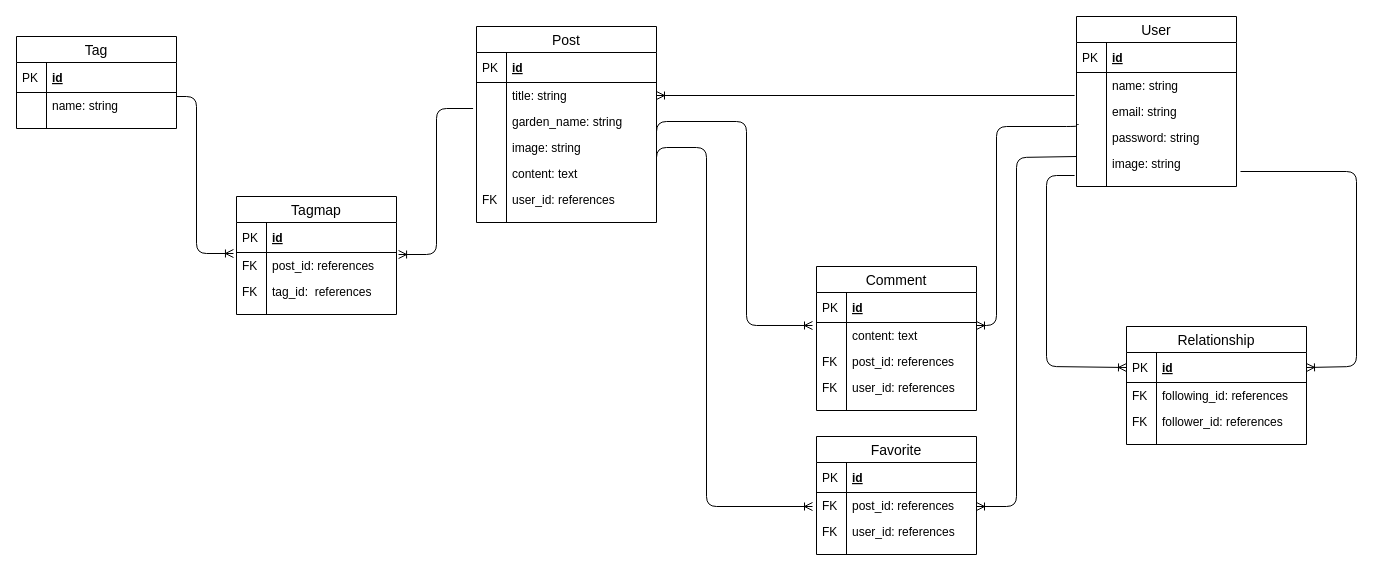
Earlier version of the draw.io diagram niwaai.drawio (TakashiAoki5816/niwaai). Source tidied: cells renumbered, new cells numbered last; positions are measured from the earlier drawing's top-left corner, leaving out a move shared by most shapes. Both pictures are drawn from the tidied source at 100%, with x=0, y=0 at pixel (16, 16).
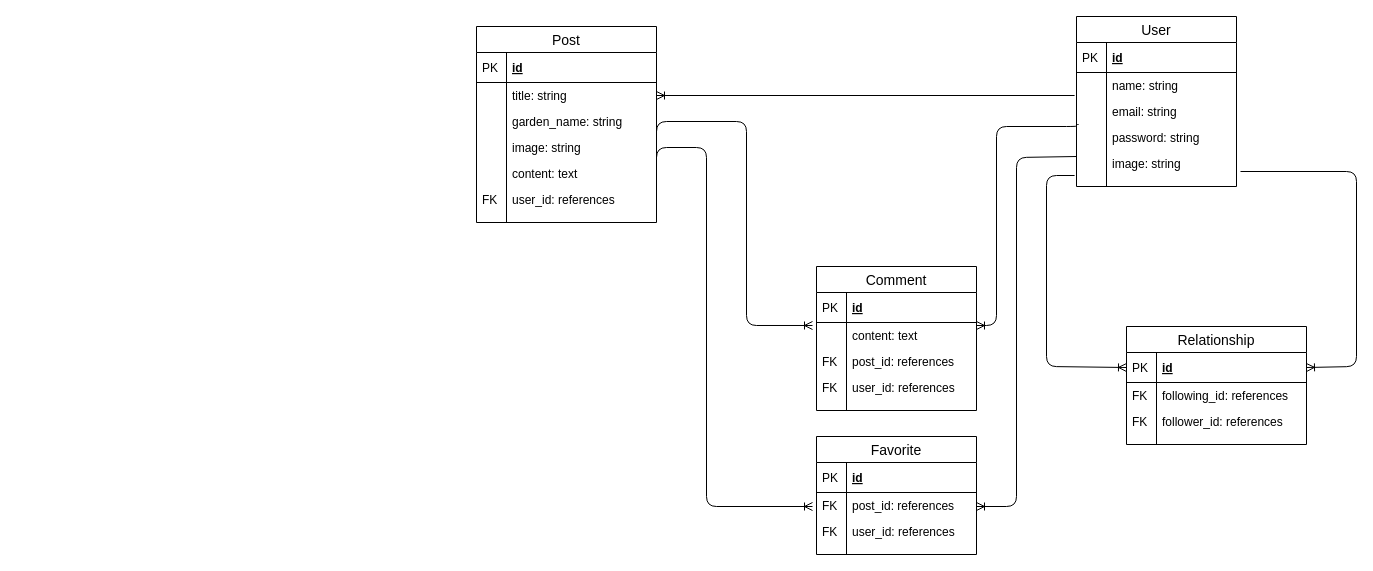
The same page after the edit.

Unchanged cells that the change refers to:
```xml
<mxCell id="56" value="title: string" style="shape=partialRectangle;top=0;left=0;right=0;bottom=0;align=left;verticalAlign=top;fillColor=none;spacingLeft=34;spacingRight=4;overflow=hidden;points=[[0,0.5],[1,0.5]];portConstraint=eastwest;fontSize=12;" parent="53" vertex="1">
  <mxGeometry y="56" width="180" height="26" as="geometry" />
</mxCell>
```

What changed in the source:
```diff
@@
-    <mxCell id="9" style="fontSize=12;html=1;endArrow=ERoneToMany;entryX=-0.019;entryY=0.038;entryDx=0;entryDy=0;entryPerimeter=0;edgeStyle=orthogonalEdgeStyle;" parent="1" edge="1" target="78">
-      <mxGeometry relative="1" as="geometry">
-        <mxPoint x="160" y="80" as="sourcePoint" />
-        <Array as="points">
-          <mxPoint x="180" y="80" />
-          <mxPoint x="180" y="237" />
-        </Array>
-      </mxGeometry>
-    </mxCell>
-    <mxCell id="10" style="fontSize=12;html=1;endArrow=ERoneToMany;edgeStyle=orthogonalEdgeStyle;exitX=-0.019;exitY=1;exitDx=0;exitDy=0;exitPerimeter=0;entryX=1.013;entryY=0.077;entryDx=0;entryDy=0;entryPerimeter=0;" parent="1" edge="1" source="56" target="78">
-      <mxGeometry relative="1" as="geometry">
-        <Array as="points">
-          <mxPoint x="420" y="92" />
-          <mxPoint x="420" y="238" />
-        </Array>
-      </mxGeometry>
-    </mxCell>
@@
-    <mxCell id="68" value="Tag" style="swimlane;fontStyle=0;horizontal=1;startSize=26;align=center;fontSize=14;" parent="1" vertex="1">
-      <mxGeometry y="20" width="160" height="92" as="geometry" />
-    </mxCell>
-    <mxCell id="69" value="id" style="shape=partialRectangle;top=0;left=0;right=0;bottom=1;align=left;verticalAlign=middle;fillColor=none;spacingLeft=34;spacingRight=4;overflow=hidden;fontStyle=5;fontSize=12;" parent="68" vertex="1">
-      <mxGeometry y="26" width="160" height="30" as="geometry" />
-    </mxCell>
-    <mxCell id="70" value="PK" style="shape=partialRectangle;top=0;left=0;bottom=0;fillColor=none;align=left;verticalAlign=middle;spacingLeft=4;spacingRight=4;overflow=hidden;fontSize=12;" parent="69" vertex="1">
-      <mxGeometry width="30" height="30" as="geometry" />
-    </mxCell>
-    <mxCell id="71" value="name: string" style="shape=partialRectangle;top=0;left=0;right=0;bottom=0;align=left;verticalAlign=top;fillColor=none;spacingLeft=34;spacingRight=4;overflow=hidden;fontSize=12;" parent="68" vertex="1">
-      <mxGeometry y="56" width="160" height="26" as="geometry" />
-    </mxCell>
-    <mxCell id="72" style="shape=partialRectangle;top=0;left=0;bottom=0;fillColor=none;align=left;verticalAlign=top;spacingLeft=4;spacingRight=4;overflow=hidden;fontSize=12;" parent="71" vertex="1">
-      <mxGeometry width="30" height="26" as="geometry" />
-    </mxCell>
-    <mxCell id="73" style="shape=partialRectangle;top=0;left=0;right=0;bottom=0;align=left;verticalAlign=top;fillColor=none;spacingLeft=34;spacingRight=4;overflow=hidden;fontSize=12;" parent="68" vertex="1">
-      <mxGeometry y="82" width="160" height="10" as="geometry" />
-    </mxCell>
-    <mxCell id="74" style="shape=partialRectangle;top=0;left=0;bottom=0;fillColor=none;align=left;verticalAlign=top;spacingLeft=4;spacingRight=4;overflow=hidden;fontSize=12;" parent="73" vertex="1">
-      <mxGeometry width="30" height="10" as="geometry" />
-    </mxCell>
-    <mxCell id="75" value="Tagmap" style="swimlane;fontStyle=0;horizontal=1;startSize=26;align=center;fontSize=14;" parent="1" vertex="1">
-      <mxGeometry x="220" y="180" width="160" height="118" as="geometry" />
-    </mxCell>
-    <mxCell id="76" value="id" style="shape=partialRectangle;top=0;left=0;right=0;bottom=1;align=left;verticalAlign=middle;fillColor=none;spacingLeft=34;spacingRight=4;overflow=hidden;fontStyle=5;fontSize=12;" parent="75" vertex="1">
-      <mxGeometry y="26" width="160" height="30" as="geometry" />
-    </mxCell>
-    <mxCell id="77" value="PK" style="shape=partialRectangle;top=0;left=0;bottom=0;fillColor=none;align=left;verticalAlign=middle;spacingLeft=4;spacingRight=4;overflow=hidden;fontSize=12;" parent="76" vertex="1">
-      <mxGeometry width="30" height="30" as="geometry" />
-    </mxCell>
-    <mxCell id="78" value="post_id: references" style="shape=partialRectangle;top=0;left=0;right=0;bottom=0;align=left;verticalAlign=top;fillColor=none;spacingLeft=34;spacingRight=4;overflow=hidden;points=[[0,0.5],[1,0.5]];portConstraint=eastwest;fontSize=12;" parent="75" vertex="1">
-      <mxGeometry y="56" width="160" height="26" as="geometry" />
-    </mxCell>
-    <mxCell id="79" value="FK" style="shape=partialRectangle;top=0;left=0;bottom=0;fillColor=none;align=left;verticalAlign=top;spacingLeft=4;spacingRight=4;overflow=hidden;fontSize=12;" parent="78" vertex="1">
-      <mxGeometry width="30" height="26" as="geometry" />
-    </mxCell>
-    <mxCell id="80" value="tag_id:  references" style="shape=partialRectangle;top=0;left=0;right=0;bottom=0;align=left;verticalAlign=top;fillColor=none;spacingLeft=34;spacingRight=4;overflow=hidden;fontSize=12;" parent="75" vertex="1">
-      <mxGeometry y="82" width="160" height="26" as="geometry" />
-    </mxCell>
-    <mxCell id="81" value="FK" style="shape=partialRectangle;top=0;left=0;bottom=0;fillColor=none;align=left;verticalAlign=top;spacingLeft=4;spacingRight=4;overflow=hidden;fontSize=12;" parent="80" vertex="1">
-      <mxGeometry width="30" height="26" as="geometry" />
-    </mxCell>
-    <mxCell id="82" style="shape=partialRectangle;top=0;left=0;right=0;bottom=0;align=left;verticalAlign=top;fillColor=none;spacingLeft=34;spacingRight=4;overflow=hidden;fontSize=12;" parent="75" vertex="1">
-      <mxGeometry y="108" width="160" height="10" as="geometry" />
-    </mxCell>
-    <mxCell id="83" style="shape=partialRectangle;top=0;left=0;bottom=0;fillColor=none;align=left;verticalAlign=top;spacingLeft=4;spacingRight=4;overflow=hidden;fontSize=12;" parent="82" vertex="1">
-      <mxGeometry width="30" height="10" as="geometry" />
-    </mxCell>
```
